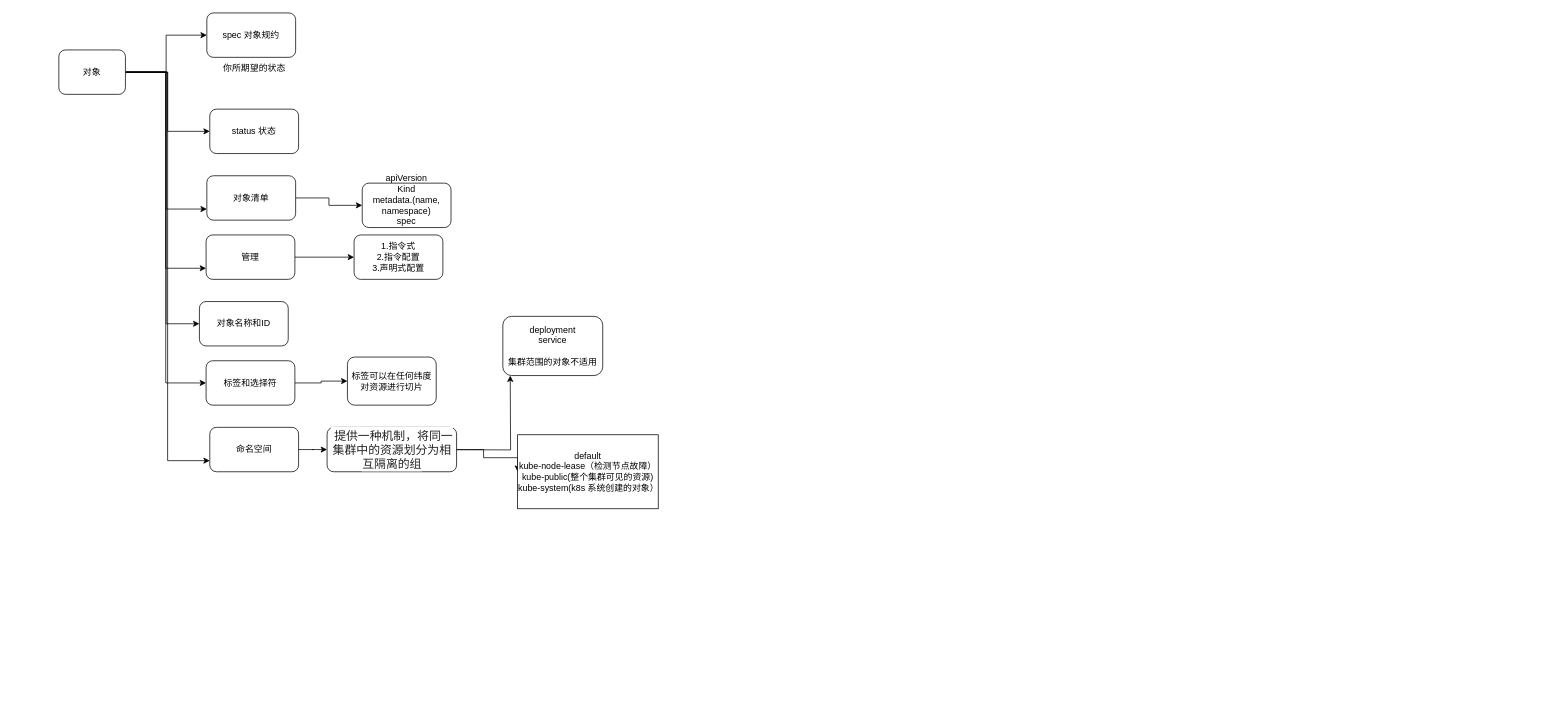
onlyonedaniel/wiki keeps this draw.io diagram as k8s.drawio. Above is the earlier version. Source tidied: cells renumbered, new cells numbered last; positions are measured from the earlier drawing's top-left corner, leaving out a move shared by most shapes. Both pictures are drawn from the tidied source at 74%, with x=0, y=0 at pixel (58, 13).
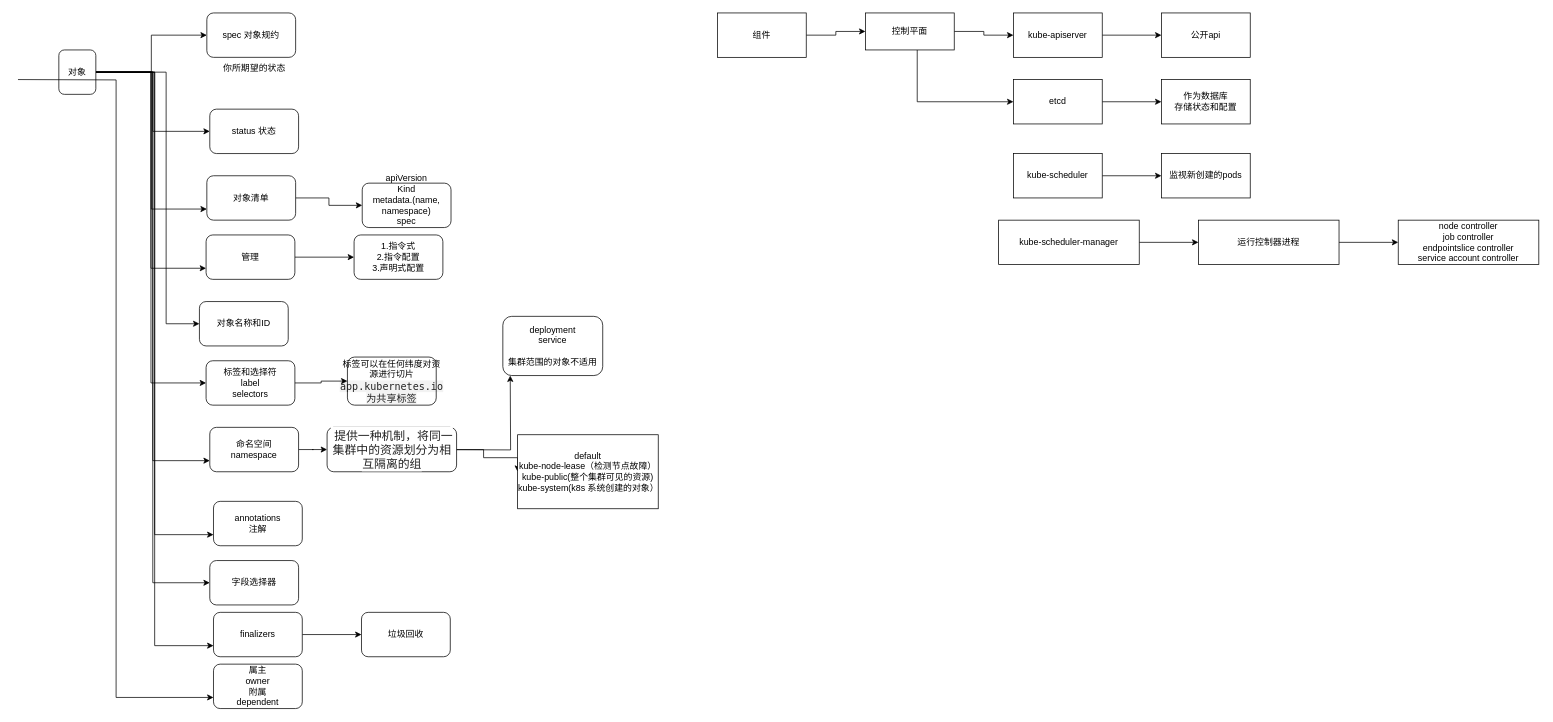
The same page after the edit.

Diff of the diagram source:
```diff
@@
+    <mxCell id="30" style="edgeStyle=orthogonalEdgeStyle;rounded=0;jettySize=auto;html=1;entryX=0;entryY=0.75;entryDx=0;entryDy=0;" parent="1" edge="1" source="9" target="33">
+      <mxGeometry relative="1" as="geometry" />
+    </mxCell>
+    <mxCell id="31" style="edgeStyle=orthogonalEdgeStyle;rounded=0;jettySize=auto;html=1;entryX=0;entryY=0.5;entryDx=0;entryDy=0;" parent="1" edge="1" source="9" target="34">
+      <mxGeometry relative="1" as="geometry" />
+    </mxCell>
+    <mxCell id="32" style="edgeStyle=orthogonalEdgeStyle;rounded=0;jettySize=auto;html=1;entryX=0;entryY=0.75;entryDx=0;entryDy=0;" parent="1" edge="1" source="9" target="36">
+      <mxGeometry relative="1" as="geometry" />
+    </mxCell>
     <mxCell id="9" value="对象" style="rounded=1;whiteSpace=wrap;html=1;" parent="1" vertex="1">
-      <mxGeometry y="50" width="90" height="60" as="geometry" />
+      <mxGeometry y="50" width="50" height="60" as="geometry" />
     </mxCell>
@@
-    <mxCell id="21" value="标签和选择符" style="rounded=1;whiteSpace=wrap;html=1;" parent="1" vertex="1">
+    <mxCell id="21" value="标签和选择符&lt;div&gt;label&lt;/div&gt;&lt;div&gt;selectors&lt;/div&gt;" style="rounded=1;whiteSpace=wrap;html=1;" parent="1" vertex="1">
       <mxGeometry x="199" y="470" width="120" height="60" as="geometry" />
     </mxCell>
-    <mxCell id="22" value="标签可以在任何纬度对资源进行切片" style="rounded=1;whiteSpace=wrap;html=1;" parent="1" vertex="1">
+    <mxCell id="22" value="标签可以在任何纬度对资源进行切片&lt;div&gt;&lt;span style=&quot;color: rgb(34, 34, 34); font-family: SFMono-Regular, Menlo, Monaco, Consolas, &amp;quot;liberation mono&amp;quot;, &amp;quot;courier new&amp;quot;, monospace; font-size: 13.6px; text-align: left; background-color: rgba(0, 0, 0, 0.05);&quot;&gt;app.kubernetes.io 为共享标签&lt;/span&gt;&lt;br&gt;&lt;/div&gt;" style="rounded=1;whiteSpace=wrap;html=1;" parent="1" vertex="1">
       <mxGeometry x="390" y="465" width="120" height="65" as="geometry" />
     </mxCell>
@@
-    <mxCell id="24" value="命名空间" style="rounded=1;whiteSpace=wrap;html=1;" parent="1" vertex="1">
+    <mxCell id="24" value="命名空间&lt;div&gt;namespace&lt;/div&gt;" style="rounded=1;whiteSpace=wrap;html=1;" parent="1" vertex="1">
       <mxGeometry x="204" y="560" width="120" height="60" as="geometry" />
     </mxCell>
@@
+    <mxCell id="33" value="annotations&lt;div&gt;注解&lt;/div&gt;" style="rounded=1;whiteSpace=wrap;html=1;" parent="1" vertex="1">
+      <mxGeometry x="209" y="660" width="120" height="60" as="geometry" />
+    </mxCell>
+    <mxCell id="34" value="字段选择器" style="rounded=1;whiteSpace=wrap;html=1;" parent="1" vertex="1">
+      <mxGeometry x="204" y="740" width="120" height="60" as="geometry" />
+    </mxCell>
+    <mxCell id="35" style="edgeStyle=orthogonalEdgeStyle;rounded=0;jettySize=auto;html=1;" parent="1" edge="1" source="36" target="37">
+      <mxGeometry relative="1" as="geometry" />
+    </mxCell>
+    <mxCell id="36" value="finalizers" style="rounded=1;whiteSpace=wrap;html=1;" parent="1" vertex="1">
+      <mxGeometry x="209" y="810" width="120" height="60" as="geometry" />
+    </mxCell>
+    <mxCell id="37" value="垃圾回收" style="rounded=1;whiteSpace=wrap;html=1;" parent="1" vertex="1">
+      <mxGeometry x="409" y="810" width="120" height="60" as="geometry" />
+    </mxCell>
+    <mxCell id="38" value="属主&lt;div&gt;owner&lt;/div&gt;&lt;div&gt;附属&lt;/div&gt;&lt;div&gt;dependent&lt;/div&gt;" style="rounded=1;whiteSpace=wrap;html=1;" parent="1" vertex="1">
+      <mxGeometry x="209" y="880" width="120" height="60" as="geometry" />
+    </mxCell>
+    <mxCell id="39" style="edgeStyle=orthogonalEdgeStyle;rounded=0;jettySize=auto;html=1;entryX=0;entryY=0.75;entryDx=0;entryDy=0;" parent="1" edge="1" target="38">
+      <mxGeometry relative="1" as="geometry">
+        <mxPoint x="-55.2" y="90" as="sourcePoint" />
+      </mxGeometry>
+    </mxCell>
+    <mxCell id="40" style="edgeStyle=orthogonalEdgeStyle;rounded=0;jettySize=auto;html=1;" parent="1" edge="1" source="41" target="44">
+      <mxGeometry relative="1" as="geometry" />
+    </mxCell>
+    <mxCell id="41" value="组件" style="whiteSpace=wrap;html=1;" parent="1" vertex="1">
+      <mxGeometry x="890" width="120" height="60" as="geometry" />
+    </mxCell>
+    <mxCell id="42" style="edgeStyle=orthogonalEdgeStyle;rounded=0;jettySize=auto;html=1;" parent="1" edge="1" source="44" target="46">
+      <mxGeometry relative="1" as="geometry" />
+    </mxCell>
+    <mxCell id="43" style="edgeStyle=orthogonalEdgeStyle;rounded=0;jettySize=auto;html=1;entryX=0;entryY=0.5;entryDx=0;entryDy=0;" parent="1" edge="1" source="44" target="49">
+      <mxGeometry relative="1" as="geometry">
+        <Array as="points">
+          <mxPoint x="1160" y="120" />
+        </Array>
+      </mxGeometry>
+    </mxCell>
+    <mxCell id="44" value="控制平面" style="whiteSpace=wrap;html=1;" parent="1" vertex="1">
+      <mxGeometry x="1090" width="120" height="50" as="geometry" />
+    </mxCell>
+    <mxCell id="45" style="edgeStyle=orthogonalEdgeStyle;rounded=0;jettySize=auto;html=1;" parent="1" edge="1" source="46" target="47">
+      <mxGeometry relative="1" as="geometry" />
+    </mxCell>
+    <mxCell id="46" value="kube-apiserver" style="whiteSpace=wrap;html=1;" parent="1" vertex="1">
+      <mxGeometry x="1290" width="120" height="60" as="geometry" />
+    </mxCell>
+    <mxCell id="47" value="公开api" style="whiteSpace=wrap;html=1;" parent="1" vertex="1">
+      <mxGeometry x="1490" width="120" height="60" as="geometry" />
+    </mxCell>
+    <mxCell id="48" style="edgeStyle=orthogonalEdgeStyle;rounded=0;jettySize=auto;html=1;" parent="1" edge="1" source="49" target="50">
+      <mxGeometry relative="1" as="geometry" />
+    </mxCell>
+    <mxCell id="49" value="etcd" style="whiteSpace=wrap;html=1;" parent="1" vertex="1">
+      <mxGeometry x="1290" y="90" width="120" height="60" as="geometry" />
+    </mxCell>
+    <mxCell id="50" value="作为数据库&lt;div&gt;存储状态和配置&lt;/div&gt;" style="whiteSpace=wrap;html=1;" parent="1" vertex="1">
+      <mxGeometry x="1490" y="90" width="120" height="60" as="geometry" />
+    </mxCell>
+    <mxCell id="51" style="edgeStyle=orthogonalEdgeStyle;rounded=0;jettySize=auto;html=1;" parent="1" edge="1" source="52" target="53">
+      <mxGeometry relative="1" as="geometry" />
+    </mxCell>
+    <mxCell id="52" value="kube-scheduler" style="whiteSpace=wrap;html=1;" parent="1" vertex="1">
+      <mxGeometry x="1290" y="190" width="120" height="60" as="geometry" />
+    </mxCell>
+    <mxCell id="53" value="监视新创建的pods" style="whiteSpace=wrap;html=1;" parent="1" vertex="1">
+      <mxGeometry x="1490" y="190" width="120" height="60" as="geometry" />
+    </mxCell>
+    <mxCell id="54" style="edgeStyle=orthogonalEdgeStyle;rounded=0;jettySize=auto;html=1;" parent="1" edge="1" source="55" target="57">
+      <mxGeometry relative="1" as="geometry" />
+    </mxCell>
+    <mxCell id="55" value="kube-scheduler-manager" style="whiteSpace=wrap;html=1;" parent="1" vertex="1">
+      <mxGeometry x="1270" y="280" width="190" height="60" as="geometry" />
+    </mxCell>
+    <mxCell id="56" style="edgeStyle=orthogonalEdgeStyle;rounded=0;jettySize=auto;html=1;" parent="1" edge="1" source="57" target="58">
+      <mxGeometry relative="1" as="geometry" />
+    </mxCell>
+    <mxCell id="57" value="运行控制器进程" style="whiteSpace=wrap;html=1;" parent="1" vertex="1">
+      <mxGeometry x="1540" y="280" width="190" height="60" as="geometry" />
+    </mxCell>
+    <mxCell id="58" value="node controller&lt;div&gt;job controller&lt;/div&gt;&lt;div&gt;endpointslice controller&lt;/div&gt;&lt;div&gt;service account controller&lt;/div&gt;" style="whiteSpace=wrap;html=1;" parent="1" vertex="1">
+      <mxGeometry x="1810" y="280" width="190" height="60" as="geometry" />
+    </mxCell>
```
